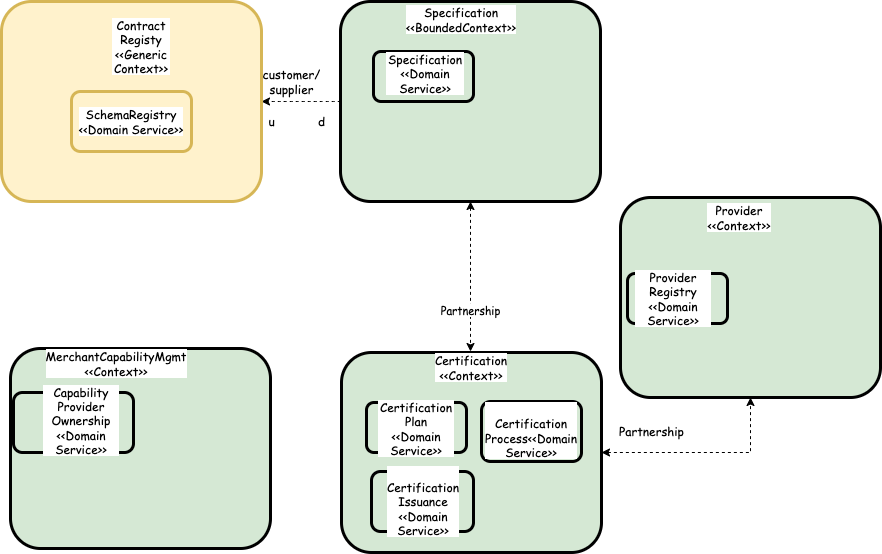
cb-manick/hubble keeps this draw.io diagram as Hubble-Project-Notes/images/02-hubble-context.png. Above is the earlier version. Source tidied: cells renumbered, new cells last; positions are measured from the earlier drawing's top-left corner, leaving out a move shared by most shapes.
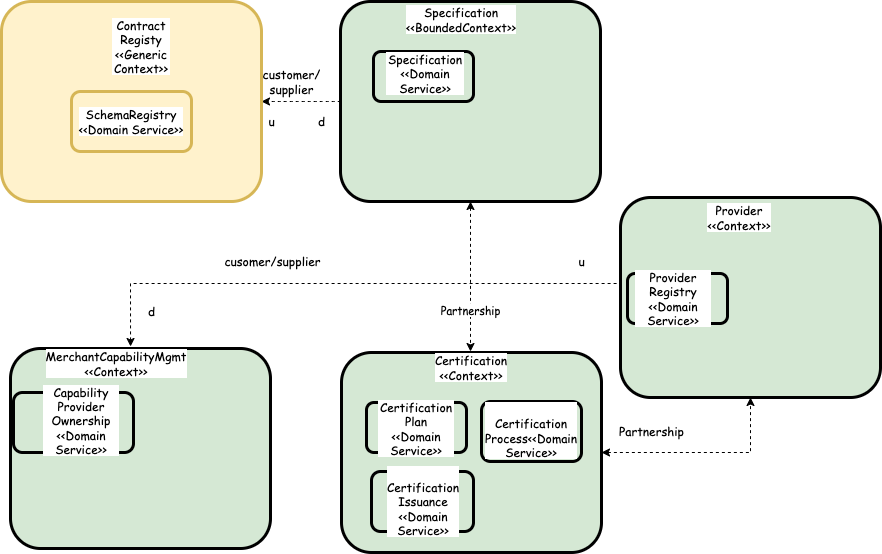
The same diagram one commit later.

Commit message:
ADDING Context diagram

The edit, as a diff of the source:
```diff
@@ -103,5 +103,21 @@
     <mxCell id="34" value="Partnership" style="text;html=1;align=center;verticalAlign=middle;strokeColor=none;fillColor=none;fontFamily=Comic Sans MS;" parent="1" vertex="1">
       <mxGeometry x="610" y="420" width="80" height="20" as="geometry" />
     </mxCell>
+    <mxCell id="35" style="endArrow=classic;html=1;rounded=0;dashed=1;fontFamily=Comic Sans MS;exitX=-0.015;exitY=0.43;exitDx=0;exitDy=0;exitPerimeter=0;entryX=0.608;entryY=-0.067;entryDx=0;entryDy=0;entryPerimeter=0;" parent="1" edge="1" source="28" target="24">
+      <mxGeometry relative="1" as="geometry">
+        <Array as="points">
+          <mxPoint x="129" y="282" />
+        </Array>
+      </mxGeometry>
+    </mxCell>
+    <mxCell id="36" value="cusomer/supplier" style="text;html=1;align=center;verticalAlign=middle;strokeColor=none;fillColor=none;fontFamily=Comic Sans MS;" parent="1" vertex="1">
+      <mxGeometry x="216" y="250" width="110" height="20" as="geometry" />
+    </mxCell>
+    <mxCell id="37" value="d" style="text;html=1;align=center;verticalAlign=middle;strokeColor=none;fillColor=none;fontFamily=Comic Sans MS;" parent="1" vertex="1">
+      <mxGeometry x="140" y="300" width="20" height="20" as="geometry" />
+    </mxCell>
+    <mxCell id="38" value="u" style="text;html=1;align=center;verticalAlign=middle;strokeColor=none;fillColor=none;fontFamily=Comic Sans MS;" parent="1" vertex="1">
+      <mxGeometry x="570" y="250" width="20" height="20" as="geometry" />
+    </mxCell>
   </root>
 </mxGraphModel>
```
